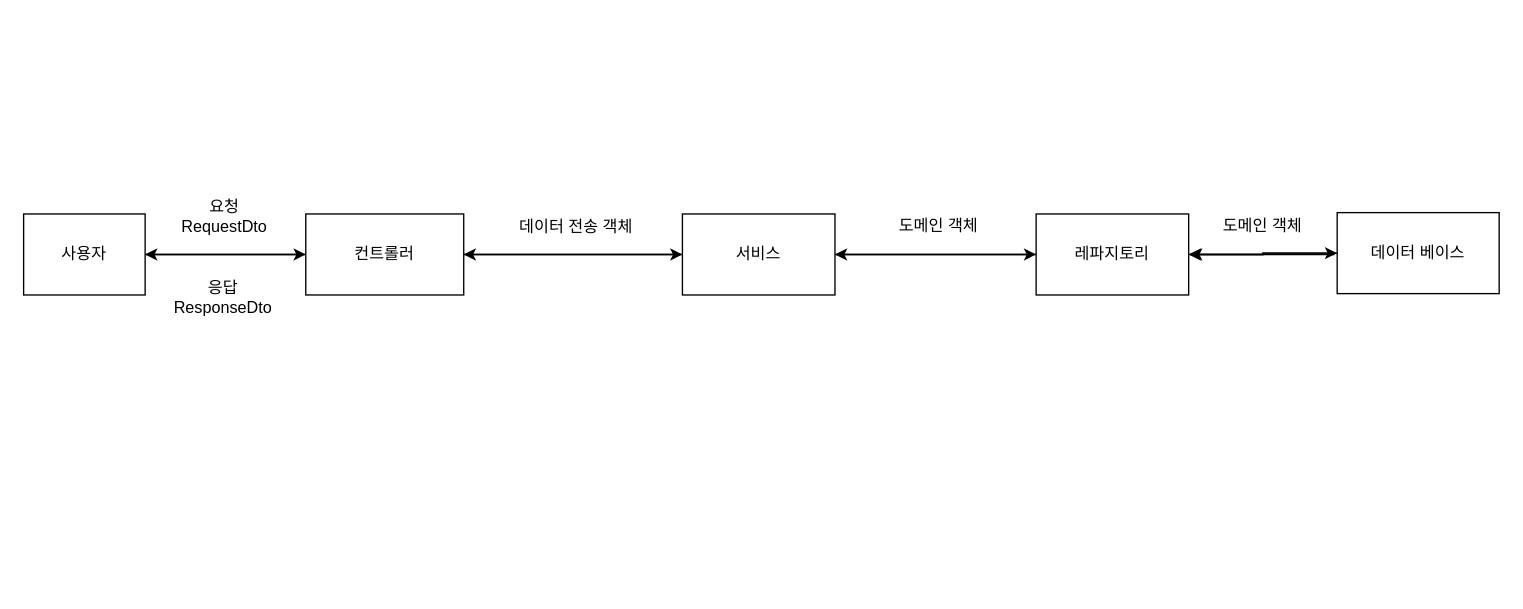
Before: page "Page-8" (8 of 10) of Untitled Diagram.drawio in ikjo93/Class-Diagram, a draw.io diagram. Source tidied: cells renumbered, new cells numbered last; positions are measured from the earlier drawing's top-left corner, leaving out a move shared by most shapes. Both pictures are drawn from the tidied source at 135%, with x=0, y=0 at pixel (23, 196).
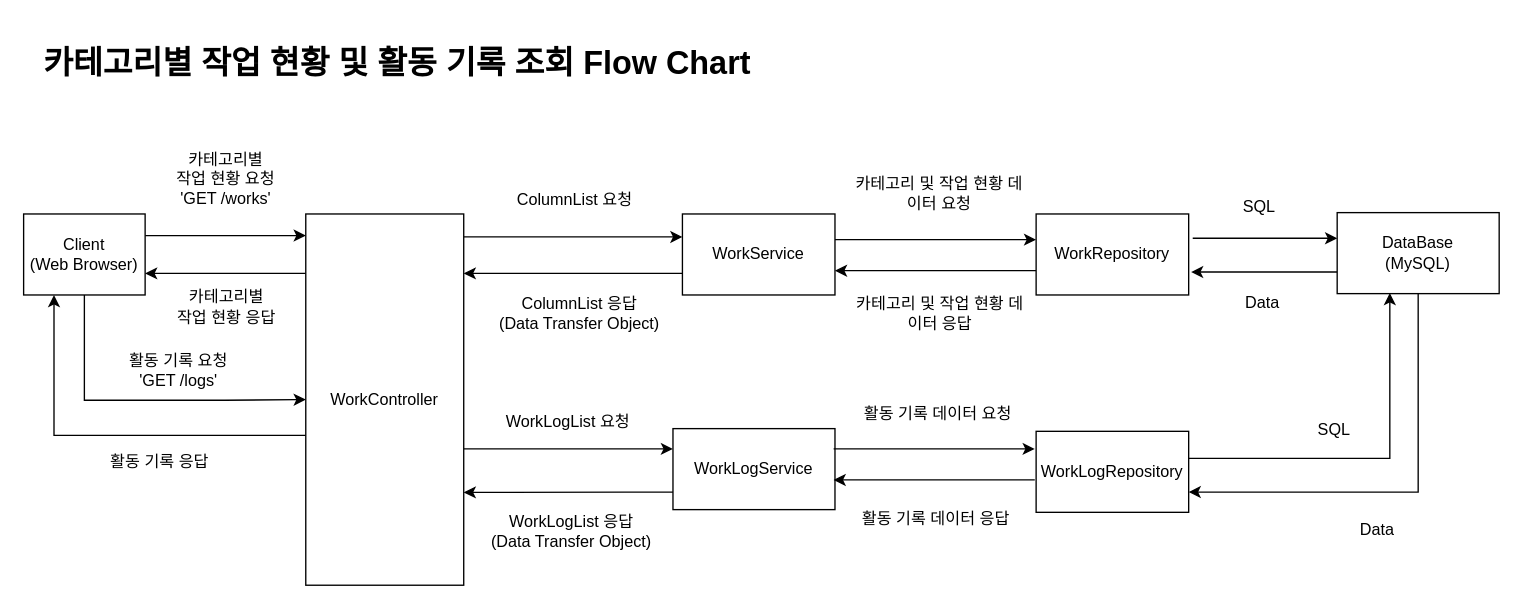
The same page after the edit.

The edit, as a diff of the source:
```diff
@@
-    <mxCell id="2" style="edgeStyle=orthogonalEdgeStyle;rounded=0;jettySize=auto;html=1;" parent="1" edge="1" source="3" target="6">
-      <mxGeometry relative="1" as="geometry" />
+    <mxCell id="2" style="edgeStyle=orthogonalEdgeStyle;rounded=0;orthogonalLoop=1;jettySize=auto;html=1;" parent="1" edge="1">
+      <mxGeometry relative="1" as="geometry">
+        <mxPoint x="90" y="29" as="sourcePoint" />
+        <mxPoint x="209" y="29" as="targetPoint" />
+      </mxGeometry>
     </mxCell>
+    <mxCell id="21" style="edgeStyle=orthogonalEdgeStyle;rounded=0;jettySize=auto;html=1;entryX=0;entryY=0.5;entryDx=0;entryDy=0;" parent="1" edge="1" source="3" target="6">
+      <mxGeometry relative="1" as="geometry">
+        <Array as="points">
+          <mxPoint x="45" y="151" />
+          <mxPoint x="149" y="151" />
+        </Array>
+      </mxGeometry>
+    </mxCell>
-    <mxCell id="3" value="사용자" style="rounded=0;whiteSpace=wrap;html=1;" parent="1" vertex="1">
+    <mxCell id="3" value="Client&lt;br&gt;(Web Browser)" style="rounded=0;whiteSpace=wrap;html=1;" parent="1" vertex="1">
       <mxGeometry y="13" width="90" height="60" as="geometry" />
     </mxCell>
-    <mxCell id="4" style="edgeStyle=orthogonalEdgeStyle;rounded=0;jettySize=auto;html=1;" parent="1" edge="1" source="6" target="9">
-      <mxGeometry relative="1" as="geometry" />
+    <mxCell id="4" style="edgeStyle=orthogonalEdgeStyle;rounded=0;orthogonalLoop=1;jettySize=auto;html=1;" parent="1" edge="1">
+      <mxGeometry relative="1" as="geometry">
+        <mxPoint x="326" y="30" as="sourcePoint" />
+        <mxPoint x="488" y="30" as="targetPoint" />
+      </mxGeometry>
     </mxCell>
+    <mxCell id="22" style="edgeStyle=orthogonalEdgeStyle;rounded=0;orthogonalLoop=1;jettySize=auto;html=1;entryX=1;entryY=0.5;entryDx=0;entryDy=0;" parent="1" edge="1">
+      <mxGeometry relative="1" as="geometry">
+        <mxPoint x="209" y="57" as="sourcePoint" />
+        <mxPoint x="90" y="57" as="targetPoint" />
+      </mxGeometry>
+    </mxCell>
-    <mxCell id="5" style="edgeStyle=orthogonalEdgeStyle;rounded=0;jettySize=auto;html=1;entryX=1;entryY=0.5;entryDx=0;entryDy=0;" parent="1" edge="1" source="6" target="3">
-      <mxGeometry relative="1" as="geometry" />
+    <mxCell id="5" style="edgeStyle=orthogonalEdgeStyle;rounded=0;jettySize=auto;html=1;entryX=0.25;entryY=1;entryDx=0;entryDy=0;" parent="1" edge="1" source="6" target="3">
+      <mxGeometry relative="1" as="geometry">
+        <Array as="points">
+          <mxPoint x="23" y="177" />
+        </Array>
+      </mxGeometry>
     </mxCell>
+    <mxCell id="23" style="edgeStyle=orthogonalEdgeStyle;rounded=0;jettySize=auto;html=1;entryX=0;entryY=0.25;entryDx=0;entryDy=0;" parent="1" edge="1" source="6" target="36">
+      <mxGeometry relative="1" as="geometry">
+        <Array as="points">
+          <mxPoint x="366" y="187" />
+          <mxPoint x="366" y="187" />
+        </Array>
+      </mxGeometry>
+    </mxCell>
-    <mxCell id="6" value="컨트롤러" style="rounded=0;whiteSpace=wrap;html=1;" parent="1" vertex="1">
-      <mxGeometry x="209" y="13" width="117" height="60" as="geometry" />
+    <mxCell id="6" value="WorkController" style="rounded=0;whiteSpace=wrap;html=1;" parent="1" vertex="1">
+      <mxGeometry x="209" y="13" width="117" height="275" as="geometry" />
     </mxCell>
-    <mxCell id="7" style="edgeStyle=orthogonalEdgeStyle;rounded=0;jettySize=auto;html=1;" parent="1" edge="1" source="9" target="12">
-      <mxGeometry relative="1" as="geometry" />
+    <mxCell id="7" style="edgeStyle=orthogonalEdgeStyle;rounded=0;orthogonalLoop=1;jettySize=auto;html=1;" parent="1" edge="1">
+      <mxGeometry relative="1" as="geometry">
+        <mxPoint x="601" y="32" as="sourcePoint" />
+        <mxPoint x="750" y="32" as="targetPoint" />
+      </mxGeometry>
     </mxCell>
-    <mxCell id="8" style="edgeStyle=orthogonalEdgeStyle;rounded=0;jettySize=auto;html=1;entryX=1;entryY=0.5;entryDx=0;entryDy=0;" parent="1" edge="1" source="9" target="6">
-      <mxGeometry relative="1" as="geometry" />
+    <mxCell id="8" style="edgeStyle=orthogonalEdgeStyle;rounded=0;orthogonalLoop=1;jettySize=auto;html=1;entryX=1;entryY=0.5;entryDx=0;entryDy=0;" parent="1" edge="1">
+      <mxGeometry relative="1" as="geometry">
+        <mxPoint x="488" y="57" as="sourcePoint" />
+        <mxPoint x="326" y="57" as="targetPoint" />
+      </mxGeometry>
     </mxCell>
-    <mxCell id="9" value="서비스" style="rounded=0;whiteSpace=wrap;html=1;" parent="1" vertex="1">
+    <mxCell id="9" value="WorkService" style="rounded=0;whiteSpace=wrap;html=1;" parent="1" vertex="1">
       <mxGeometry x="488" y="13" width="113" height="60" as="geometry" />
     </mxCell>
-    <mxCell id="10" style="edgeStyle=orthogonalEdgeStyle;rounded=0;jettySize=auto;html=1;entryX=1;entryY=0.5;entryDx=0;entryDy=0;" parent="1" edge="1" source="12" target="9">
-      <mxGeometry relative="1" as="geometry" />
+    <mxCell id="10" style="edgeStyle=orthogonalEdgeStyle;rounded=0;orthogonalLoop=1;jettySize=auto;html=1;entryX=1;entryY=0.5;entryDx=0;entryDy=0;" parent="1" edge="1">
+      <mxGeometry relative="1" as="geometry">
+        <mxPoint x="750" y="55" as="sourcePoint" />
+        <mxPoint x="601" y="55" as="targetPoint" />
+      </mxGeometry>
     </mxCell>
-    <mxCell id="11" style="edgeStyle=orthogonalEdgeStyle;rounded=0;jettySize=auto;html=1;entryX=0;entryY=0.5;entryDx=0;entryDy=0;" parent="1" edge="1" source="12" target="19">
-      <mxGeometry relative="1" as="geometry" />
-    </mxCell>
+    <mxCell id="24" style="edgeStyle=orthogonalEdgeStyle;rounded=0;orthogonalLoop=1;jettySize=auto;html=1;" parent="1" edge="1">
+      <mxGeometry relative="1" as="geometry">
+        <mxPoint x="866" y="31" as="sourcePoint" />
+        <mxPoint x="973" y="31" as="targetPoint" />
+      </mxGeometry>
+    </mxCell>
-    <mxCell id="12" value="레파지토리" style="rounded=0;whiteSpace=wrap;html=1;" parent="1" vertex="1">
+    <mxCell id="12" value="WorkRepository" style="rounded=0;whiteSpace=wrap;html=1;" parent="1" vertex="1">
       <mxGeometry x="750" y="13" width="113" height="60" as="geometry" />
     </mxCell>
-    <mxCell id="13" value="요청&lt;br&gt;RequestDto" style="text;html=1;strokeColor=none;fillColor=none;align=center;verticalAlign=middle;whiteSpace=wrap;rounded=0;" parent="1" vertex="1">
-      <mxGeometry x="119" width="60" height="30" as="geometry" />
+    <mxCell id="13" value="카테고리별&lt;br&gt;작업 현황 요청&lt;br&gt;'GET /works'" style="text;html=1;strokeColor=none;fillColor=none;align=center;verticalAlign=middle;whiteSpace=wrap;rounded=0;" parent="1" vertex="1">
+      <mxGeometry x="94" y="-40" width="112" height="53" as="geometry" />
     </mxCell>
-    <mxCell id="14" value="응답&lt;br&gt;ResponseDto" style="text;html=1;strokeColor=none;fillColor=none;align=center;verticalAlign=middle;whiteSpace=wrap;rounded=0;" parent="1" vertex="1">
-      <mxGeometry x="118" y="60" width="60" height="30" as="geometry" />
-    </mxCell>
-    <mxCell id="15" value="도메인 객체" style="text;html=1;strokeColor=none;fillColor=none;align=center;verticalAlign=middle;whiteSpace=wrap;rounded=0;" parent="1" vertex="1">
-      <mxGeometry x="643" y="7" width="70" height="30" as="geometry" />
+    <mxCell id="15" value="카테고리 및 작업 현황 데이터 요청" style="text;html=1;strokeColor=none;fillColor=none;align=center;verticalAlign=middle;whiteSpace=wrap;rounded=0;" parent="1" vertex="1">
+      <mxGeometry x="614" y="-22" width="129" height="40" as="geometry" />
     </mxCell>
-    <mxCell id="16" value="데이터 전송 객체" style="text;html=1;strokeColor=none;fillColor=none;align=center;verticalAlign=middle;whiteSpace=wrap;rounded=0;" parent="1" vertex="1">
-      <mxGeometry x="363" y="8" width="93" height="30" as="geometry" />
+    <mxCell id="16" value="ColumnList 응답&lt;br&gt;(Data Transfer Object)" style="text;html=1;strokeColor=none;fillColor=none;align=center;verticalAlign=middle;whiteSpace=wrap;rounded=0;" parent="1" vertex="1">
+      <mxGeometry x="349" y="59" width="126" height="55" as="geometry" />
     </mxCell>
-    <mxCell id="17" style="edgeStyle=orthogonalEdgeStyle;rounded=0;orthogonalLoop=1;jettySize=auto;html=1;" parent="1" edge="1">
-      <mxGeometry relative="1" as="geometry">
-        <mxPoint x="971" y="43" as="sourcePoint" />
-        <mxPoint x="864" y="43" as="targetPoint" />
-      </mxGeometry>
-    </mxCell>
-    <mxCell id="18" style="edgeStyle=orthogonalEdgeStyle;rounded=0;jettySize=auto;html=1;" parent="1" edge="1" source="19" target="12">
-      <mxGeometry relative="1" as="geometry" />
-    </mxCell>
+    <mxCell id="25" style="edgeStyle=orthogonalEdgeStyle;rounded=0;orthogonalLoop=1;jettySize=auto;html=1;" parent="1" edge="1">
+      <mxGeometry relative="1" as="geometry">
+        <mxPoint x="973" y="56" as="sourcePoint" />
+        <mxPoint x="864.8" y="56" as="targetPoint" />
+      </mxGeometry>
+    </mxCell>
+    <mxCell id="26" style="edgeStyle=orthogonalEdgeStyle;rounded=0;jettySize=auto;html=1;entryX=1;entryY=0.75;entryDx=0;entryDy=0;" parent="1" edge="1" source="19" target="40">
+      <mxGeometry relative="1" as="geometry">
+        <Array as="points">
+          <mxPoint x="1033" y="219" />
+        </Array>
+      </mxGeometry>
+    </mxCell>
-    <mxCell id="19" value="데이터 베이스" style="rounded=0;whiteSpace=wrap;html=1;" parent="1" vertex="1">
+    <mxCell id="19" value="DataBase&lt;br&gt;(MySQL)" style="rounded=0;whiteSpace=wrap;html=1;" parent="1" vertex="1">
       <mxGeometry x="973" y="12" width="120" height="60" as="geometry" />
     </mxCell>
-    <mxCell id="20" value="도메인 객체" style="text;html=1;strokeColor=none;fillColor=none;align=center;verticalAlign=middle;whiteSpace=wrap;rounded=0;" parent="1" vertex="1">
-      <mxGeometry x="883" y="7" width="70" height="30" as="geometry" />
-    </mxCell>
+    <mxCell id="27" value="카테고리별&lt;br&gt;작업 현황 응답" style="text;html=1;strokeColor=none;fillColor=none;align=center;verticalAlign=middle;whiteSpace=wrap;rounded=0;" parent="1" vertex="1">
+      <mxGeometry x="96.5" y="59" width="107" height="45" as="geometry" />
+    </mxCell>
+    <mxCell id="28" value="ColumnList 요청" style="text;html=1;strokeColor=none;fillColor=none;align=center;verticalAlign=middle;whiteSpace=wrap;rounded=0;" parent="1" vertex="1">
+      <mxGeometry x="340" y="-14" width="137" height="34" as="geometry" />
+    </mxCell>
+    <mxCell id="29" value="&lt;h1&gt;카테고리별 작업 현황 및 활동 기록 조회 Flow Chart&lt;/h1&gt;" style="text;html=1;strokeColor=none;fillColor=none;spacing=5;spacingTop=-20;whiteSpace=wrap;overflow=hidden;rounded=0;" parent="1" vertex="1">
+      <mxGeometry x="10" y="-118" width="621" height="54" as="geometry" />
+    </mxCell>
+    <mxCell id="30" value="카테고리 및 작업 현황 데이터 응답" style="text;html=1;strokeColor=none;fillColor=none;align=center;verticalAlign=middle;whiteSpace=wrap;rounded=0;" parent="1" vertex="1">
+      <mxGeometry x="615" y="68" width="128" height="37" as="geometry" />
+    </mxCell>
+    <mxCell id="31" value="SQL" style="text;html=1;strokeColor=none;fillColor=none;align=center;verticalAlign=middle;whiteSpace=wrap;rounded=0;" parent="1" vertex="1">
+      <mxGeometry x="865" y="-14" width="101" height="44" as="geometry" />
+    </mxCell>
+    <mxCell id="32" value="Data" style="text;html=1;strokeColor=none;fillColor=none;align=center;verticalAlign=middle;whiteSpace=wrap;rounded=0;" parent="1" vertex="1">
+      <mxGeometry x="885" y="62" width="66" height="33" as="geometry" />
+    </mxCell>
+    <mxCell id="33" value="활동 기록 요청&lt;br&gt;'GET /logs'" style="text;html=1;strokeColor=none;fillColor=none;align=center;verticalAlign=middle;whiteSpace=wrap;rounded=0;" parent="1" vertex="1">
+      <mxGeometry x="55" y="110" width="120" height="37" as="geometry" />
+    </mxCell>
+    <mxCell id="34" value="활동 기록 응답" style="text;html=1;strokeColor=none;fillColor=none;align=center;verticalAlign=middle;whiteSpace=wrap;rounded=0;" parent="1" vertex="1">
+      <mxGeometry x="43" y="184" width="116" height="25" as="geometry" />
+    </mxCell>
+    <mxCell id="35" style="edgeStyle=orthogonalEdgeStyle;rounded=0;jettySize=auto;html=1;entryX=1;entryY=0.75;entryDx=0;entryDy=0;" parent="1" edge="1" source="36" target="6">
+      <mxGeometry relative="1" as="geometry">
+        <Array as="points">
+          <mxPoint x="445" y="219" />
+          <mxPoint x="445" y="219" />
+        </Array>
+      </mxGeometry>
+    </mxCell>
+    <mxCell id="36" value="WorkLogService" style="rounded=0;whiteSpace=wrap;html=1;" parent="1" vertex="1">
+      <mxGeometry x="481" y="172" width="120" height="60" as="geometry" />
+    </mxCell>
+    <mxCell id="37" value="WorkLogList 요청" style="text;html=1;strokeColor=none;fillColor=none;align=center;verticalAlign=middle;whiteSpace=wrap;rounded=0;" parent="1" vertex="1">
+      <mxGeometry x="335" y="150" width="137" height="34" as="geometry" />
+    </mxCell>
+    <mxCell id="38" value="WorkLogList 응답&lt;br&gt;(Data Transfer Object)" style="text;html=1;strokeColor=none;fillColor=none;align=center;verticalAlign=middle;whiteSpace=wrap;rounded=0;" parent="1" vertex="1">
+      <mxGeometry x="343" y="220" width="126" height="55" as="geometry" />
+    </mxCell>
+    <mxCell id="39" style="edgeStyle=orthogonalEdgeStyle;rounded=0;jettySize=auto;html=1;entryX=0.325;entryY=0.992;entryDx=0;entryDy=0;entryPerimeter=0;" parent="1" edge="1" source="40" target="19">
+      <mxGeometry relative="1" as="geometry">
+        <Array as="points">
+          <mxPoint x="1012" y="194" />
+        </Array>
+      </mxGeometry>
+    </mxCell>
+    <mxCell id="40" value="WorkLogRepository" style="rounded=0;whiteSpace=wrap;html=1;" parent="1" vertex="1">
+      <mxGeometry x="750" y="174" width="113" height="60" as="geometry" />
+    </mxCell>
+    <mxCell id="41" style="edgeStyle=orthogonalEdgeStyle;rounded=0;orthogonalLoop=1;jettySize=auto;html=1;" parent="1" edge="1">
+      <mxGeometry relative="1" as="geometry">
+        <mxPoint x="600" y="187" as="sourcePoint" />
+        <mxPoint x="749" y="187" as="targetPoint" />
+      </mxGeometry>
+    </mxCell>
+    <mxCell id="42" style="edgeStyle=orthogonalEdgeStyle;rounded=0;orthogonalLoop=1;jettySize=auto;html=1;entryX=1;entryY=0.5;entryDx=0;entryDy=0;" parent="1" edge="1">
+      <mxGeometry relative="1" as="geometry">
+        <mxPoint x="749" y="210" as="sourcePoint" />
+        <mxPoint x="600" y="210" as="targetPoint" />
+      </mxGeometry>
+    </mxCell>
+    <mxCell id="43" value="활동 기록 데이터 요청" style="text;html=1;strokeColor=none;fillColor=none;align=center;verticalAlign=middle;whiteSpace=wrap;rounded=0;" parent="1" vertex="1">
+      <mxGeometry x="613" y="141" width="129" height="40" as="geometry" />
+    </mxCell>
+    <mxCell id="44" value="활동 기록 데이터 응답" style="text;html=1;strokeColor=none;fillColor=none;align=center;verticalAlign=middle;whiteSpace=wrap;rounded=0;" parent="1" vertex="1">
+      <mxGeometry x="612" y="220" width="128" height="37" as="geometry" />
+    </mxCell>
+    <mxCell id="45" value="SQL" style="text;html=1;strokeColor=none;fillColor=none;align=center;verticalAlign=middle;whiteSpace=wrap;rounded=0;" parent="1" vertex="1">
+      <mxGeometry x="941" y="158" width="60" height="30" as="geometry" />
+    </mxCell>
+    <mxCell id="46" value="Data" style="text;html=1;strokeColor=none;fillColor=none;align=center;verticalAlign=middle;whiteSpace=wrap;rounded=0;" parent="1" vertex="1">
+      <mxGeometry x="973" y="232" width="60" height="30" as="geometry" />
+    </mxCell>
```
